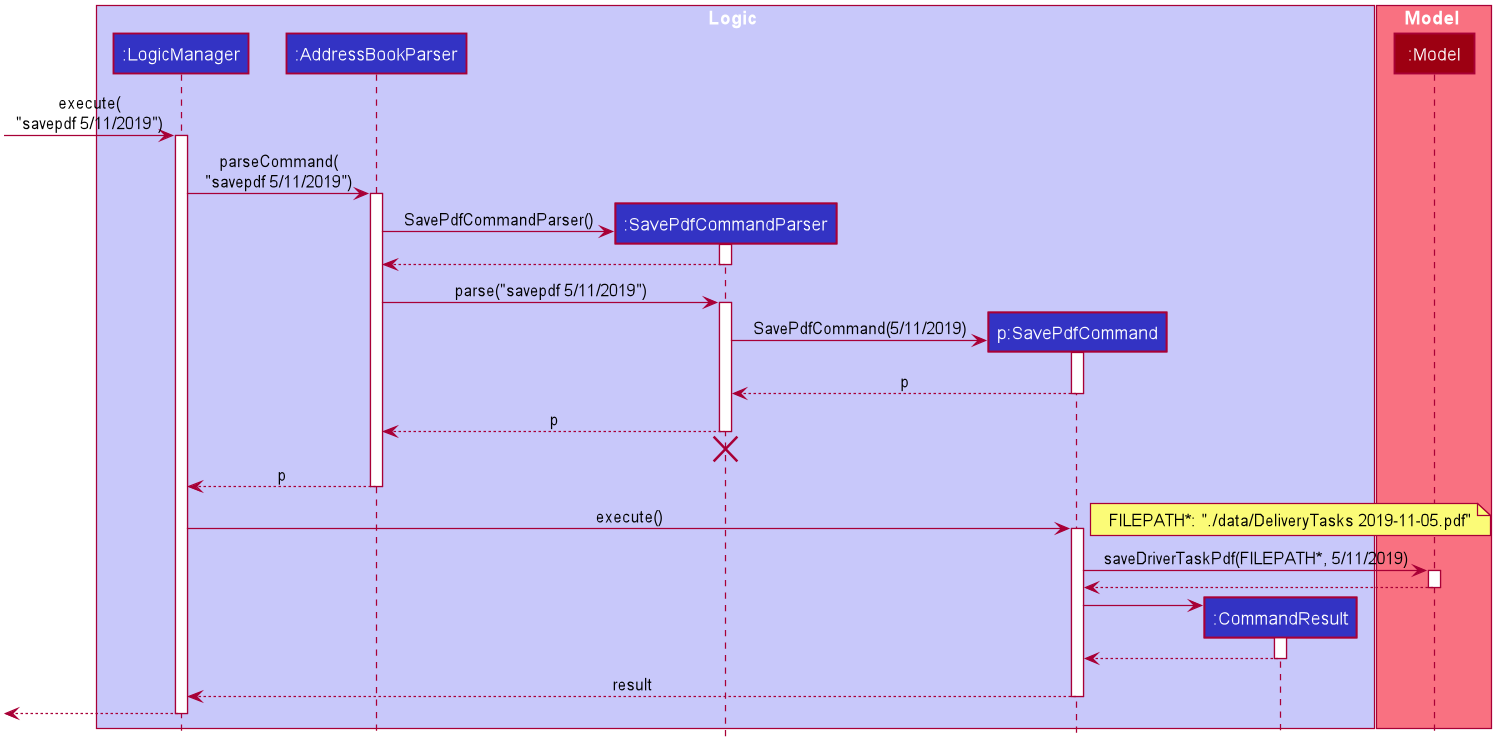
Above: images/SavePdfCommand.png in AY1920S1-CS2103-F14-4/main (PlantUML), before the change. Source of this version:
```plantuml
@startuml









skinparam BackgroundColor #FFFFFFF

skinparam Shadowing false

skinparam Class {
    FontColor #FFFFFF
    BorderThickness 1
    BorderColor #FFFFFF
    StereotypeFontColor #FFFFFF
    FontName Arial
}


skinparam Actor {
    BorderColor #000000
    Color #000000
    FontName Arial
}

skinparam Sequence {
    MessageAlign center
    BoxFontSize 15
    BoxPadding 0
    BoxFontColor #FFFFFF
    FontName Arial
}


skinparam Participant {
    FontColor #FFFFFFF
    Padding 20
}

skinparam MinClassWidth 50
skinparam ParticipantPadding 10
skinparam Shadowing false
skinparam DefaultTextAlignment center
skinparam packageStyle Rectangle

hide footbox
hide members
hide circle

box Logic #C8C8FA
participant ":LogicManager" as LogicManager #3333C4
participant ":AddressBookParser" as AddressBookParser #3333C4
participant ":SavePdfCommandParser" as SavePdfCommandParser #3333C4
participant "p:SavePdfCommand" as SavePdfCommand #3333C4
participant ":CommandResult" as CommandResult #3333C4
end box

box Model #F97181
participant ":Model" as Model #9D0012
end box

[-> LogicManager : execute(\n"savepdf 5/11/2019")
activate LogicManager

LogicManager -> AddressBookParser : parseCommand(\n"savepdf 5/11/2019")
activate AddressBookParser

create SavePdfCommandParser
AddressBookParser -> SavePdfCommandParser : SavePdfCommandParser()
activate SavePdfCommandParser

SavePdfCommandParser --> AddressBookParser
deactivate SavePdfCommandParser

AddressBookParser -> SavePdfCommandParser : parse("savepdf 5/11/2019")
activate SavePdfCommandParser

create SavePdfCommand
SavePdfCommandParser -> SavePdfCommand : SavePdfCommand(5/11/2019)
activate SavePdfCommand

SavePdfCommand --> SavePdfCommandParser : p
deactivate SavePdfCommand

SavePdfCommandParser --> AddressBookParser : p
deactivate SavePdfCommandParser

SavePdfCommandParser -[hidden]-> AddressBookParser
destroy SavePdfCommandParser

AddressBookParser --> LogicManager : p
deactivate AddressBookParser

LogicManager -> SavePdfCommand : execute()
activate SavePdfCommand


note right : FILEPATH*: "./data/DeliveryTasks 2019-11-05.pdf"
SavePdfCommand -> Model : saveDriverTaskPdf(FILEPATH*, 5/11/2019)
activate Model

Model --> SavePdfCommand
deactivate Model

create CommandResult
SavePdfCommand -> CommandResult
activate CommandResult

CommandResult --> SavePdfCommand
deactivate CommandResult

SavePdfCommand --> LogicManager : result
deactivate SavePdfCommand

[<--LogicManager
deactivate LogicManager

@enduml
```
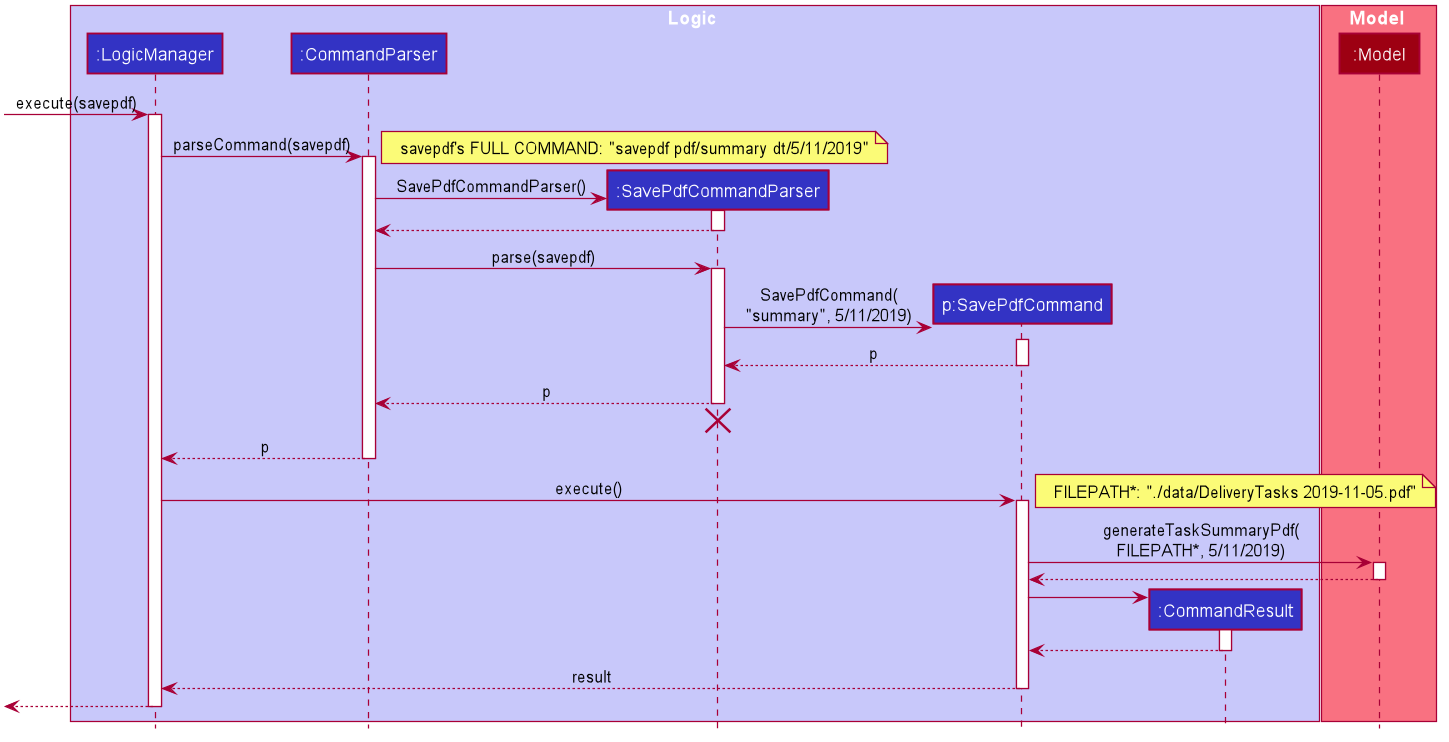
After the commit.

What changed in the source:
```diff
@@ -53,7 +53,7 @@
 
 box Logic #C8C8FA
 participant ":LogicManager" as LogicManager #3333C4
-participant ":AddressBookParser" as AddressBookParser #3333C4
+participant ":CommandParser" as CommandParser #3333C4
 participant ":SavePdfCommandParser" as SavePdfCommandParser #3333C4
 participant "p:SavePdfCommand" as SavePdfCommand #3333C4
 participant ":CommandResult" as CommandResult #3333C4
@@ -63,44 +63,45 @@
 participant ":Model" as Model #9D0012
 end box
 
-[-> LogicManager : execute(\n"savepdf 5/11/2019")
+[-> LogicManager : execute(savepdf)
 activate LogicManager
 
-LogicManager -> AddressBookParser : parseCommand(\n"savepdf 5/11/2019")
-activate AddressBookParser
+LogicManager -> CommandParser : parseCommand(savepdf)
+activate CommandParser
+note right: savepdf's FULL COMMAND: "savepdf pdf/summary dt/5/11/2019"
 
 create SavePdfCommandParser
-AddressBookParser -> SavePdfCommandParser : SavePdfCommandParser()
+CommandParser -> SavePdfCommandParser : SavePdfCommandParser()
 activate SavePdfCommandParser
 
-SavePdfCommandParser --> AddressBookParser
+SavePdfCommandParser --> CommandParser
 deactivate SavePdfCommandParser
 
-AddressBookParser -> SavePdfCommandParser : parse("savepdf 5/11/2019")
+CommandParser -> SavePdfCommandParser : parse(savepdf)
 activate SavePdfCommandParser
 
 create SavePdfCommand
-SavePdfCommandParser -> SavePdfCommand : SavePdfCommand(5/11/2019)
+SavePdfCommandParser -> SavePdfCommand : SavePdfCommand(\n"summary", 5/11/2019)
 activate SavePdfCommand
 
 SavePdfCommand --> SavePdfCommandParser : p
 deactivate SavePdfCommand
 
-SavePdfCommandParser --> AddressBookParser : p
+SavePdfCommandParser --> CommandParser : p
 deactivate SavePdfCommandParser
 
-SavePdfCommandParser -[hidden]-> AddressBookParser
+SavePdfCommandParser -[hidden]-> CommandParser
 destroy SavePdfCommandParser
 
-AddressBookParser --> LogicManager : p
-deactivate AddressBookParser
+CommandParser --> LogicManager : p
+deactivate CommandParser
 
 LogicManager -> SavePdfCommand : execute()
 activate SavePdfCommand
 
 
 note right : FILEPATH*: "./data/DeliveryTasks 2019-11-05.pdf"
-SavePdfCommand -> Model : saveDriverTaskPdf(FILEPATH*, 5/11/2019)
+SavePdfCommand -> Model : generateTaskSummaryPdf(\nFILEPATH*, 5/11/2019)
 activate Model
 
 Model --> SavePdfCommand
```
